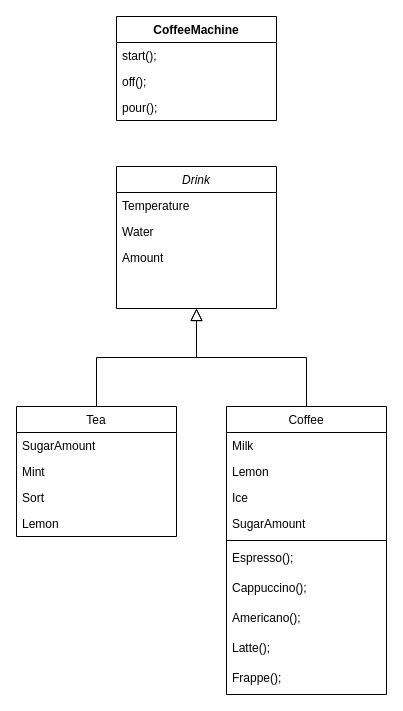
The draw.io diagram Диаграммы/classesDiagram.drawio in programmers42p/CoffeMachineApp, before the edit. Source tidied: cells renumbered, new cells numbered last; positions are measured from the earlier drawing's top-left corner, leaving out a move shared by most shapes. Both pictures are drawn from the tidied source at 100%, with x=0, y=0 at pixel (16, 16).
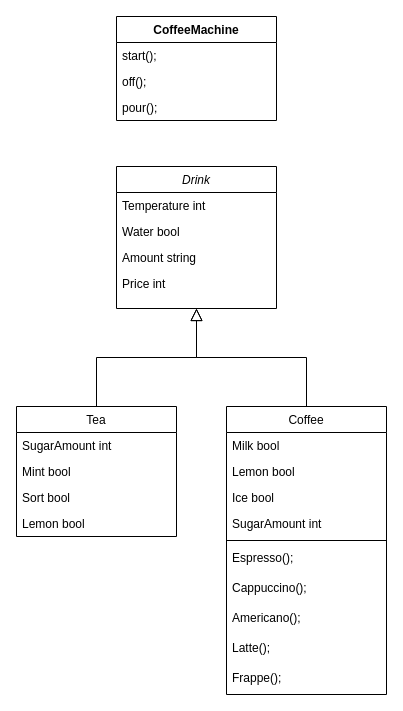
The same page after the edit.

Unchanged cells that the change refers to:
```xml
<mxCell id="2" value="Drink" style="swimlane;fontStyle=2;align=center;verticalAlign=top;horizontal=1;startSize=26;rounded=0;shadow=0;strokeWidth=1;" parent="1" vertex="1">
  <mxGeometry x="100" y="150" width="160" height="142" as="geometry" />
</mxCell>
<mxCell id="6" value="Tea" style="swimlane;fontStyle=0;align=center;verticalAlign=top;horizontal=1;startSize=26;rounded=0;shadow=0;strokeWidth=1;" parent="1" vertex="1">
  <mxGeometry y="390" width="160" height="130" as="geometry" />
</mxCell>
<mxCell id="12" value="Coffee" style="swimlane;fontStyle=0;align=center;verticalAlign=top;horizontal=1;startSize=26;rounded=0;shadow=0;strokeWidth=1;" parent="1" vertex="1">
  <mxGeometry x="210" y="390" width="160" height="288" as="geometry" />
</mxCell>
```

What changed in the source:
```diff
@@
-    <mxCell id="3" value="Temperature" style="text;align=left;verticalAlign=top;spacingLeft=4;spacingRight=4;overflow=hidden;rounded=0;shadow=0;html=0;" parent="2" vertex="1">
+    <mxCell id="3" value="Temperature int" style="text;align=left;verticalAlign=top;spacingLeft=4;spacingRight=4;overflow=hidden;rounded=0;shadow=0;html=0;" parent="2" vertex="1">
       <mxGeometry y="26" width="160" height="26" as="geometry" />
     </mxCell>
-    <mxCell id="4" value="Water" style="text;align=left;verticalAlign=top;spacingLeft=4;spacingRight=4;overflow=hidden;rounded=0;shadow=0;html=0;" parent="2" vertex="1">
+    <mxCell id="4" value="Water bool" style="text;align=left;verticalAlign=top;spacingLeft=4;spacingRight=4;overflow=hidden;rounded=0;shadow=0;html=0;" parent="2" vertex="1">
       <mxGeometry y="52" width="160" height="26" as="geometry" />
     </mxCell>
-    <mxCell id="5" value="Amount" style="text;strokeColor=none;fillColor=none;align=left;verticalAlign=top;spacingLeft=4;spacingRight=4;overflow=hidden;" parent="2" vertex="1">
+    <mxCell id="5" value="Amount string" style="text;strokeColor=none;fillColor=none;align=left;verticalAlign=top;spacingLeft=4;spacingRight=4;overflow=hidden;" parent="2" vertex="1">
       <mxGeometry y="78" width="160" height="26" as="geometry" />
     </mxCell>
+    <mxCell id="28" value="Price int" style="text;strokeColor=none;fillColor=none;align=left;verticalAlign=top;spacingLeft=4;spacingRight=4;overflow=hidden;" parent="2" vertex="1">
+      <mxGeometry y="104" width="160" height="26" as="geometry" />
+    </mxCell>
@@
-    <mxCell id="7" value="SugarAmount" style="text;strokeColor=none;fillColor=none;align=left;verticalAlign=top;spacingLeft=4;spacingRight=4;overflow=hidden;" parent="6" vertex="1">
+    <mxCell id="7" value="SugarAmount int" style="text;strokeColor=none;fillColor=none;align=left;verticalAlign=top;spacingLeft=4;spacingRight=4;overflow=hidden;" parent="6" vertex="1">
       <mxGeometry y="26" width="160" height="26" as="geometry" />
     </mxCell>
-    <mxCell id="8" value="Mint" style="text;strokeColor=none;fillColor=none;align=left;verticalAlign=top;spacingLeft=4;spacingRight=4;overflow=hidden;" parent="6" vertex="1">
+    <mxCell id="8" value="Mint bool" style="text;strokeColor=none;fillColor=none;align=left;verticalAlign=top;spacingLeft=4;spacingRight=4;overflow=hidden;" parent="6" vertex="1">
       <mxGeometry y="52" width="160" height="26" as="geometry" />
     </mxCell>
-    <mxCell id="9" value="Sort" style="text;strokeColor=none;fillColor=none;align=left;verticalAlign=top;spacingLeft=4;spacingRight=4;overflow=hidden;" parent="6" vertex="1">
+    <mxCell id="9" value="Sort bool" style="text;strokeColor=none;fillColor=none;align=left;verticalAlign=top;spacingLeft=4;spacingRight=4;overflow=hidden;" parent="6" vertex="1">
       <mxGeometry y="78" width="160" height="26" as="geometry" />
     </mxCell>
-    <mxCell id="10" value="Lemon" style="text;strokeColor=none;fillColor=none;align=left;verticalAlign=top;spacingLeft=4;spacingRight=4;overflow=hidden;" parent="6" vertex="1">
+    <mxCell id="10" value="Lemon bool" style="text;strokeColor=none;fillColor=none;align=left;verticalAlign=top;spacingLeft=4;spacingRight=4;overflow=hidden;" parent="6" vertex="1">
       <mxGeometry y="104" width="160" height="26" as="geometry" />
     </mxCell>
@@
-    <mxCell id="13" value="Milk" style="text;strokeColor=none;fillColor=none;align=left;verticalAlign=top;spacingLeft=4;spacingRight=4;overflow=hidden;" parent="12" vertex="1">
+    <mxCell id="13" value="Milk bool" style="text;strokeColor=none;fillColor=none;align=left;verticalAlign=top;spacingLeft=4;spacingRight=4;overflow=hidden;" parent="12" vertex="1">
       <mxGeometry y="26" width="160" height="26" as="geometry" />
     </mxCell>
-    <mxCell id="14" value="Lemon" style="text;strokeColor=none;fillColor=none;align=left;verticalAlign=top;spacingLeft=4;spacingRight=4;overflow=hidden;" parent="12" vertex="1">
+    <mxCell id="14" value="Lemon bool" style="text;strokeColor=none;fillColor=none;align=left;verticalAlign=top;spacingLeft=4;spacingRight=4;overflow=hidden;" parent="12" vertex="1">
       <mxGeometry y="52" width="160" height="26" as="geometry" />
     </mxCell>
-    <mxCell id="15" value="Ice" style="text;strokeColor=none;fillColor=none;align=left;verticalAlign=top;spacingLeft=4;spacingRight=4;overflow=hidden;" parent="12" vertex="1">
+    <mxCell id="15" value="Ice bool" style="text;strokeColor=none;fillColor=none;align=left;verticalAlign=top;spacingLeft=4;spacingRight=4;overflow=hidden;" parent="12" vertex="1">
       <mxGeometry y="78" width="160" height="26" as="geometry" />
     </mxCell>
-    <mxCell id="16" value="SugarAmount" style="text;strokeColor=none;fillColor=none;align=left;verticalAlign=top;spacingLeft=4;spacingRight=4;overflow=hidden;" parent="12" vertex="1">
+    <mxCell id="16" value="SugarAmount int" style="text;strokeColor=none;fillColor=none;align=left;verticalAlign=top;spacingLeft=4;spacingRight=4;overflow=hidden;" parent="12" vertex="1">
       <mxGeometry y="104" width="160" height="26" as="geometry" />
     </mxCell>
```
